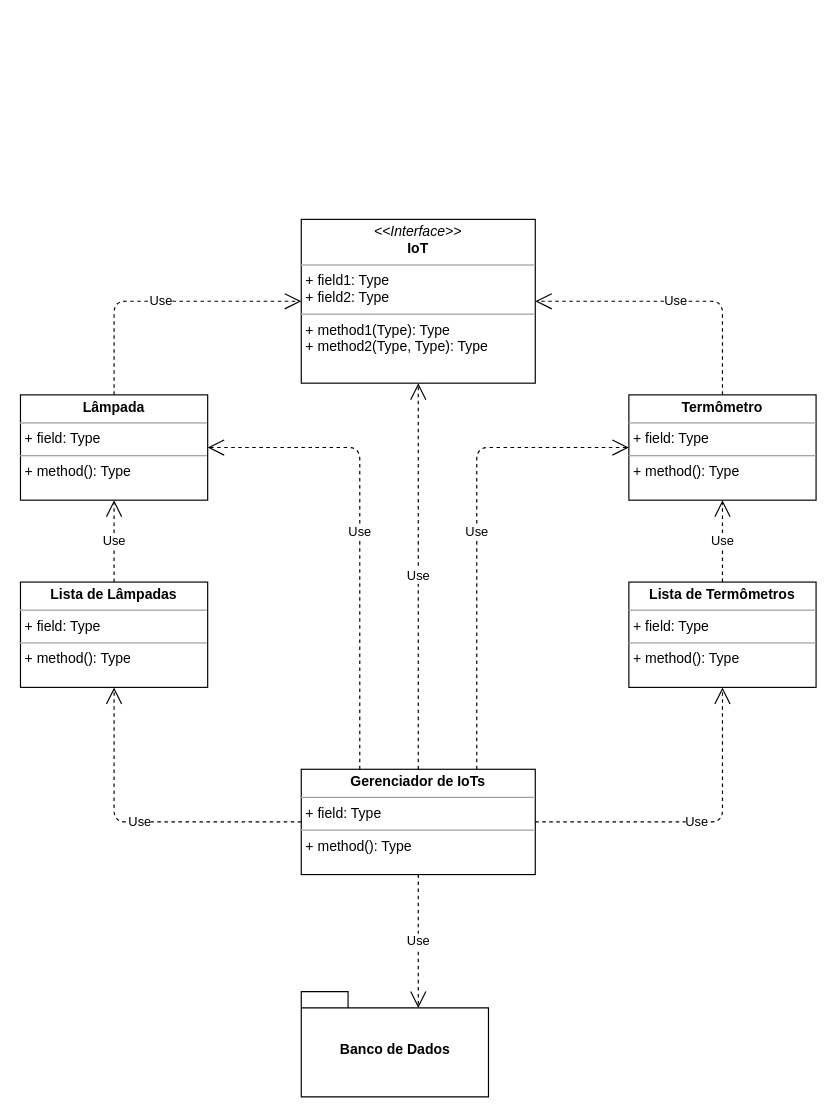
This is page "IoTs Package" (3 of 5) of Documents/Gerenciador_IoTs.drawio from CleberPresidente100/Gerenciador_IoTs, a draw.io file, before an edit. Source tidied: cells renumbered, new cells numbered last; positions are measured from the earlier drawing's top-left corner, leaving out a move shared by most shapes. Both pictures are drawn from the tidied source at 117%, with x=0, y=0 at pixel (20, 219).
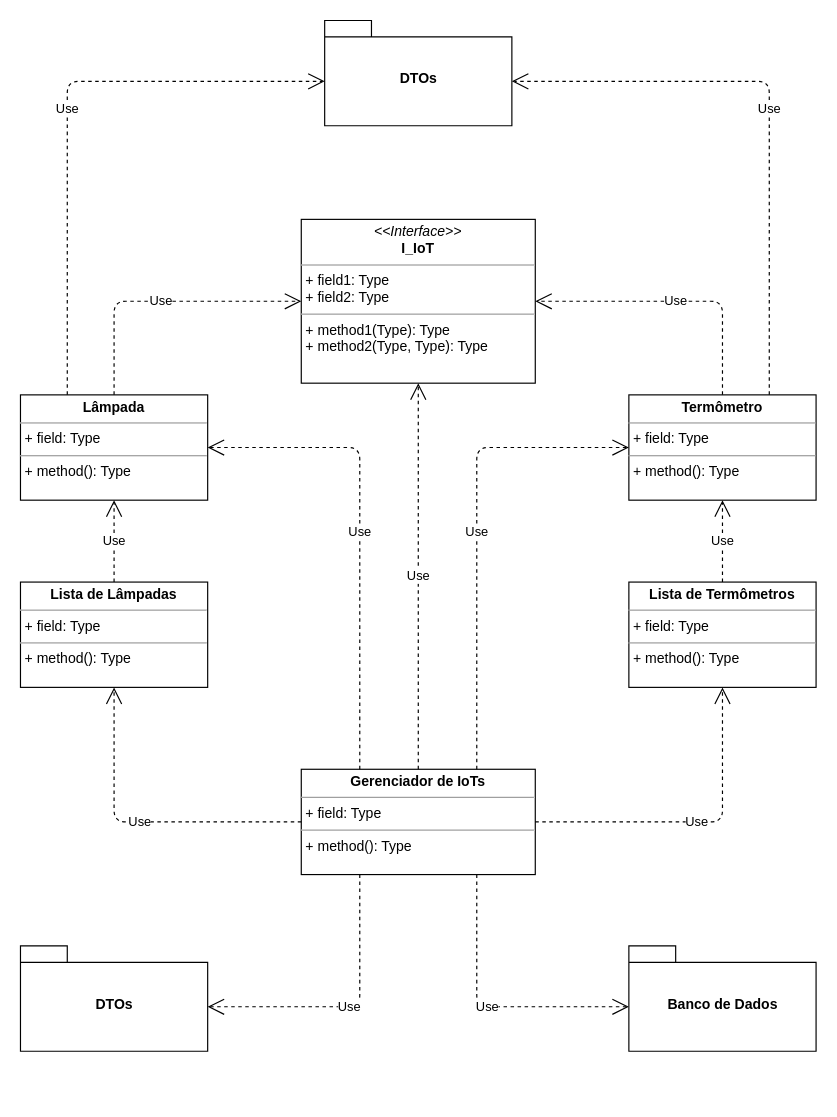
The same page after the edit.

The change refers to these unchanged cells:
```xml
<mxCell id="3" value="&lt;p style=&quot;margin: 0px ; margin-top: 4px ; text-align: center&quot;&gt;&lt;b&gt;Lâmpada&lt;/b&gt;&lt;/p&gt;&lt;hr size=&quot;1&quot;&gt;&lt;p style=&quot;margin: 0px ; margin-left: 4px&quot;&gt;+ field: Type&lt;/p&gt;&lt;hr size=&quot;1&quot;&gt;&lt;p style=&quot;margin: 0px ; margin-left: 4px&quot;&gt;+ method(): Type&lt;/p&gt;" style="verticalAlign=top;align=left;overflow=fill;fontSize=12;fontFamily=Helvetica;html=1;" parent="1" vertex="1">
  <mxGeometry y="150" width="160" height="90" as="geometry" />
</mxCell>
<mxCell id="4" value="&lt;p style=&quot;margin: 0px ; margin-top: 4px ; text-align: center&quot;&gt;&lt;b&gt;Termômetro&lt;/b&gt;&lt;/p&gt;&lt;hr size=&quot;1&quot;&gt;&lt;p style=&quot;margin: 0px ; margin-left: 4px&quot;&gt;+ field: Type&lt;/p&gt;&lt;hr size=&quot;1&quot;&gt;&lt;p style=&quot;margin: 0px ; margin-left: 4px&quot;&gt;+ method(): Type&lt;/p&gt;" style="verticalAlign=top;align=left;overflow=fill;fontSize=12;fontFamily=Helvetica;html=1;" parent="1" vertex="1">
  <mxGeometry x="520" y="150" width="160" height="90" as="geometry" />
</mxCell>
<mxCell id="11" value="&lt;p style=&quot;margin: 0px ; margin-top: 4px ; text-align: center&quot;&gt;&lt;b&gt;Gerenciador de IoTs&lt;/b&gt;&lt;br&gt;&lt;/p&gt;&lt;hr size=&quot;1&quot;&gt;&lt;p style=&quot;margin: 0px ; margin-left: 4px&quot;&gt;+ field: Type&lt;/p&gt;&lt;hr size=&quot;1&quot;&gt;&lt;p style=&quot;margin: 0px ; margin-left: 4px&quot;&gt;+ method(): Type&lt;/p&gt;" style="verticalAlign=top;align=left;overflow=fill;fontSize=12;fontFamily=Helvetica;html=1;" parent="1" vertex="1">
  <mxGeometry x="240" y="470" width="200" height="90" as="geometry" />
</mxCell>
```

The edit, as a diff of the source:
```diff
@@
-    <mxCell id="2" value="&lt;p style=&quot;margin: 0px ; margin-top: 4px ; text-align: center&quot;&gt;&lt;i&gt;&amp;lt;&amp;lt;Interface&amp;gt;&amp;gt;&lt;/i&gt;&lt;br&gt;&lt;b&gt;IoT&lt;/b&gt;&lt;/p&gt;&lt;hr size=&quot;1&quot;&gt;&lt;p style=&quot;margin: 0px ; margin-left: 4px&quot;&gt;+ field1: Type&lt;br&gt;+ field2: Type&lt;/p&gt;&lt;hr size=&quot;1&quot;&gt;&lt;p style=&quot;margin: 0px ; margin-left: 4px&quot;&gt;+ method1(Type): Type&lt;br&gt;+ method2(Type, Type): Type&lt;/p&gt;" style="verticalAlign=top;align=left;overflow=fill;fontSize=12;fontFamily=Helvetica;html=1;" parent="1" vertex="1">
+    <mxCell id="2" value="&lt;p style=&quot;margin: 0px ; margin-top: 4px ; text-align: center&quot;&gt;&lt;i&gt;&amp;lt;&amp;lt;Interface&amp;gt;&amp;gt;&lt;/i&gt;&lt;br&gt;&lt;b&gt;I_IoT&lt;/b&gt;&lt;/p&gt;&lt;hr size=&quot;1&quot;&gt;&lt;p style=&quot;margin: 0px ; margin-left: 4px&quot;&gt;+ field1: Type&lt;br&gt;+ field2: Type&lt;/p&gt;&lt;hr size=&quot;1&quot;&gt;&lt;p style=&quot;margin: 0px ; margin-left: 4px&quot;&gt;+ method1(Type): Type&lt;br&gt;+ method2(Type, Type): Type&lt;/p&gt;" style="verticalAlign=top;align=left;overflow=fill;fontSize=12;fontFamily=Helvetica;html=1;" parent="1" vertex="1">
       <mxGeometry x="240" width="200" height="140" as="geometry" />
     </mxCell>
@@
-    <mxCell id="15" value="Use" style="endArrow=open;endSize=12;dashed=1;html=1;exitX=0.5;exitY=1;exitDx=0;exitDy=0;entryX=0;entryY=0;entryDx=100;entryDy=14;entryPerimeter=0;" parent="1" edge="1" source="11" target="18">
-      <mxGeometry relative="1" as="geometry" />
+    <mxCell id="15" value="Use" style="endArrow=open;endSize=12;dashed=1;html=1;exitX=0.75;exitY=1;exitDx=0;exitDy=0;entryX=0;entryY=0;entryDx=0;entryDy=52;entryPerimeter=0;" parent="1" edge="1" source="11" target="18">
+      <mxGeometry relative="1" as="geometry">
+        <Array as="points">
+          <mxPoint x="390" y="673" />
+        </Array>
+      </mxGeometry>
     </mxCell>
@@
     <mxCell id="18" value="Banco de Dados" style="shape=folder;fontStyle=1;spacingTop=10;tabWidth=40;tabHeight=14;tabPosition=left;html=1;" parent="1" vertex="1">
-      <mxGeometry x="240" y="660" width="160" height="90" as="geometry" />
+      <mxGeometry x="520" y="621" width="160" height="90" as="geometry" />
     </mxCell>
+    <mxCell id="19" value="DTOs" style="shape=folder;fontStyle=1;spacingTop=10;tabWidth=40;tabHeight=14;tabPosition=left;html=1;" parent="1" vertex="1">
+      <mxGeometry x="260" y="-170" width="160" height="90" as="geometry" />
+    </mxCell>
+    <mxCell id="20" value="Use" style="endArrow=open;endSize=12;dashed=1;html=1;exitX=0.25;exitY=0;exitDx=0;exitDy=0;entryX=0;entryY=0;entryDx=0;entryDy=52;entryPerimeter=0;" parent="1" edge="1" source="3" target="19">
+      <mxGeometry relative="1" as="geometry">
+        <Array as="points">
+          <mxPoint x="40" y="-118" />
+        </Array>
+      </mxGeometry>
+    </mxCell>
+    <mxCell id="21" value="Use" style="endArrow=open;endSize=12;dashed=1;html=1;exitX=0.75;exitY=0;exitDx=0;exitDy=0;entryX=0;entryY=0;entryDx=160;entryDy=52;entryPerimeter=0;" parent="1" edge="1" source="4" target="19">
+      <mxGeometry relative="1" as="geometry">
+        <Array as="points">
+          <mxPoint x="640" y="-118" />
+        </Array>
+      </mxGeometry>
+    </mxCell>
+    <mxCell id="22" value="DTOs" style="shape=folder;fontStyle=1;spacingTop=10;tabWidth=40;tabHeight=14;tabPosition=left;html=1;" parent="1" vertex="1">
+      <mxGeometry y="621" width="160" height="90" as="geometry" />
+    </mxCell>
+    <mxCell id="23" value="Use" style="endArrow=open;endSize=12;dashed=1;html=1;exitX=0.25;exitY=1;exitDx=0;exitDy=0;entryX=0;entryY=0;entryDx=160;entryDy=52;entryPerimeter=0;" parent="1" edge="1" source="11" target="22">
+      <mxGeometry relative="1" as="geometry">
+        <Array as="points">
+          <mxPoint x="290" y="673" />
+        </Array>
+      </mxGeometry>
+    </mxCell>
```
